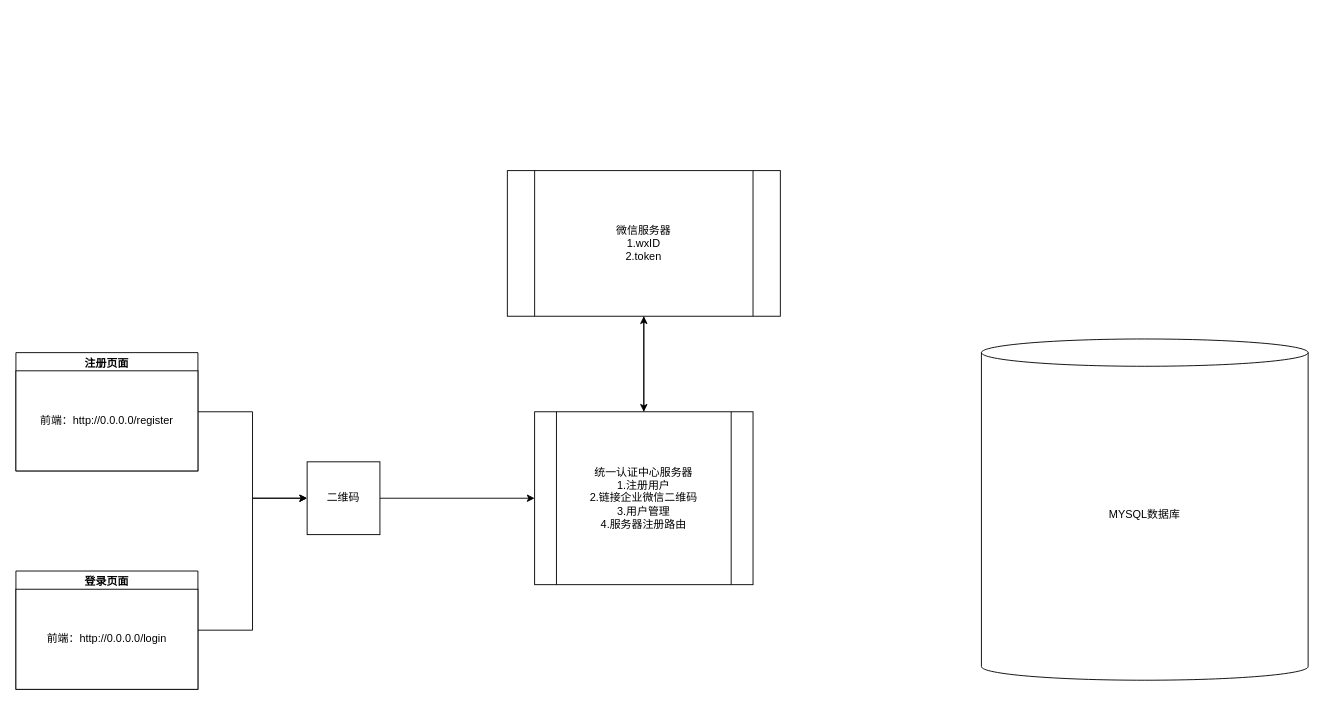
Earlier version of the draw.io diagram 统一认证中心.drawio (jensen1404ai-bit/Draw.io). Source tidied: cells renumbered, new cells numbered last; positions are measured from the earlier drawing's top-left corner, leaving out a move shared by most shapes. Both pictures are drawn from the tidied source at 91%, with x=0, y=0 at pixel (15, 170).
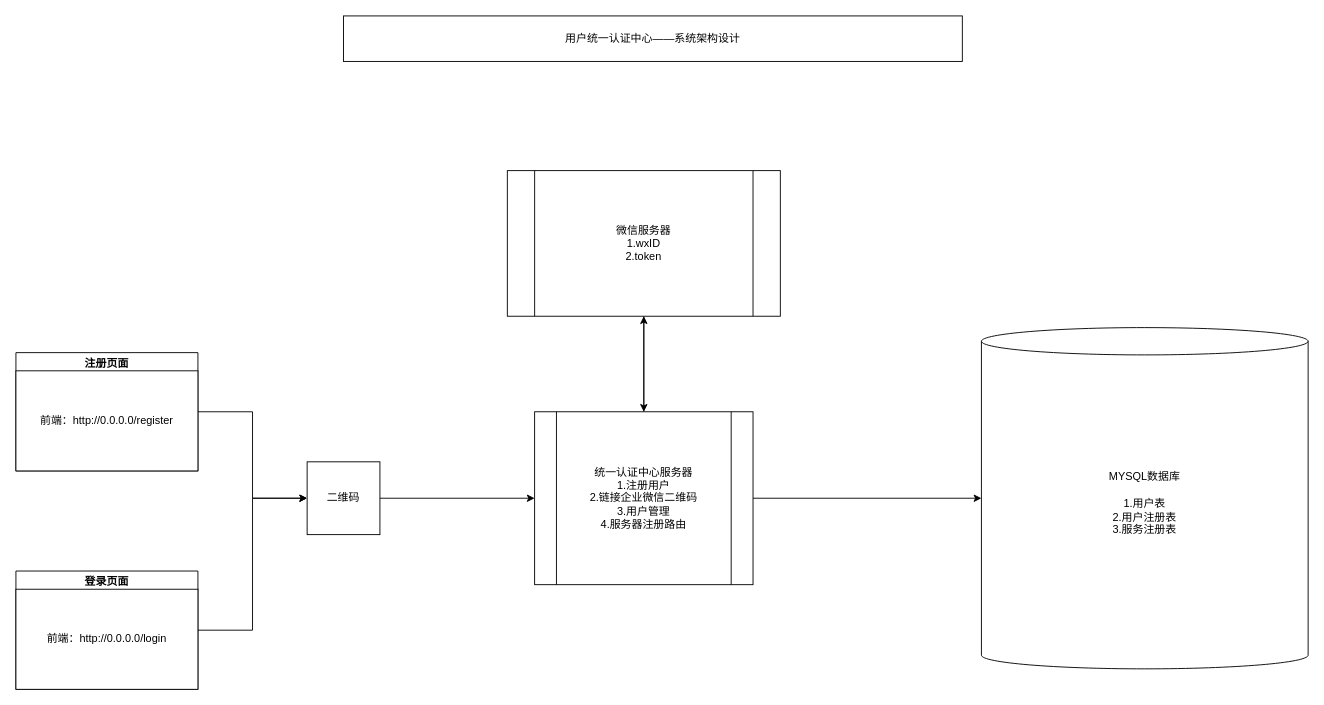
After the change.

Commit message:
更新统一认证中心.drawio

The edit, as a diff of the source:
```diff
@@
 <mxGraphModel>
   <root>
     <mxCell id="0" />
     <mxCell id="1" parent="0" />
     <mxCell id="2" style="edgeStyle=orthogonalEdgeStyle;rounded=0;jettySize=auto;html=1;exitX=1;exitY=0.5;exitDx=0;exitDy=0;entryX=0;entryY=0.5;entryDx=0;entryDy=0;" parent="1" edge="1" source="3" target="13">
       <mxGeometry relative="1" as="geometry" />
     </mxCell>
     <mxCell id="3" value="注册页面" style="swimlane;whiteSpace=wrap;html=1;" parent="1" vertex="1">
       <mxGeometry y="200" width="200" height="130" as="geometry" />
     </mxCell>
     <mxCell id="4" value="前端：http://0.0.0.0/register" style="whiteSpace=wrap;html=1;" parent="3" vertex="1">
       <mxGeometry y="20" width="200" height="110" as="geometry" />
     </mxCell>
     <mxCell id="5" style="edgeStyle=orthogonalEdgeStyle;rounded=0;jettySize=auto;html=1;exitX=1;exitY=0.5;exitDx=0;exitDy=0;entryX=0;entryY=0.5;entryDx=0;entryDy=0;" parent="1" edge="1" source="6" target="13">
       <mxGeometry relative="1" as="geometry" />
     </mxCell>
     <mxCell id="6" value="登录页面" style="swimlane;whiteSpace=wrap;html=1;" parent="1" vertex="1">
       <mxGeometry y="440" width="200" height="130" as="geometry" />
     </mxCell>
     <mxCell id="7" value="前端：http://0.0.0.0/login" style="whiteSpace=wrap;html=1;" parent="6" vertex="1">
       <mxGeometry y="20" width="200" height="110" as="geometry" />
     </mxCell>
     <mxCell id="8" style="edgeStyle=orthogonalEdgeStyle;rounded=0;jettySize=auto;html=1;exitX=0.5;exitY=0;exitDx=0;exitDy=0;entryX=0.5;entryY=1;entryDx=0;entryDy=0;" parent="1" edge="1" source="9" target="11">
       <mxGeometry relative="1" as="geometry" />
     </mxCell>
     <mxCell id="9" value="统一认证中心服务器&lt;br&gt;1.注册用户&lt;br&gt;2.链接企业微信二维码&lt;br&gt;3.用户管理&lt;br&gt;4.服务器注册路由" style="shape=process;whiteSpace=wrap;html=1;backgroundOutline=1;" parent="1" vertex="1">
       <mxGeometry x="570" y="265" width="240" height="190" as="geometry" />
     </mxCell>
     <mxCell id="10" style="edgeStyle=orthogonalEdgeStyle;rounded=0;jettySize=auto;html=1;exitX=0.5;exitY=1;exitDx=0;exitDy=0;entryX=0.5;entryY=0;entryDx=0;entryDy=0;" parent="1" edge="1" source="11" target="9">
       <mxGeometry relative="1" as="geometry" />
     </mxCell>
     <mxCell id="11" value="微信服务器&lt;br&gt;1.wxID&lt;br&gt;2.token" style="shape=process;whiteSpace=wrap;html=1;backgroundOutline=1;" parent="1" vertex="1">
       <mxGeometry x="540" width="300" height="160" as="geometry" />
     </mxCell>
     <mxCell id="12" style="edgeStyle=orthogonalEdgeStyle;rounded=0;jettySize=auto;html=1;exitX=1;exitY=0.5;exitDx=0;exitDy=0;entryX=0;entryY=0.5;entryDx=0;entryDy=0;" parent="1" edge="1" source="13" target="9">
       <mxGeometry relative="1" as="geometry" />
     </mxCell>
     <mxCell id="13" value="二维码" style="whiteSpace=wrap;html=1;" parent="1" vertex="1">
       <mxGeometry x="320" y="320" width="80" height="80" as="geometry" />
     </mxCell>
-    <mxCell id="14" value="MYSQL数据库&lt;div&gt;&lt;br/&gt;&lt;/div&gt;" style="shape=cylinder3;whiteSpace=wrap;html=1;boundedLbl=1;backgroundOutline=1;size=15;" parent="1" vertex="1">
-      <mxGeometry x="1061" y="185" width="359" height="375" as="geometry" />
+    <mxCell id="14" value="MYSQL数据库&lt;div&gt;&lt;br&gt;1.用户表&lt;br&gt;2.用户注册表&lt;br&gt;3.服务注册表&lt;br&gt;&lt;br&gt;&lt;/div&gt;" style="shape=cylinder3;whiteSpace=wrap;html=1;boundedLbl=1;backgroundOutline=1;size=15;" parent="1" vertex="1">
+      <mxGeometry x="1061" y="172.5" width="359" height="375" as="geometry" />
     </mxCell>
+    <mxCell id="15" style="edgeStyle=orthogonalEdgeStyle;rounded=0;jettySize=auto;html=1;exitX=1;exitY=0.5;exitDx=0;exitDy=0;entryX=0;entryY=0.5;entryDx=0;entryDy=0;entryPerimeter=0;" parent="1" edge="1" source="9" target="14">
+      <mxGeometry relative="1" as="geometry" />
+    </mxCell>
+    <mxCell id="16" value="用户统一认证中心——系统架构设计" style="rounded=0;whiteSpace=wrap;html=1;" parent="1" vertex="1">
+      <mxGeometry x="360" y="-170" width="680" height="50" as="geometry" />
+    </mxCell>
   </root>
 </mxGraphModel>
```
